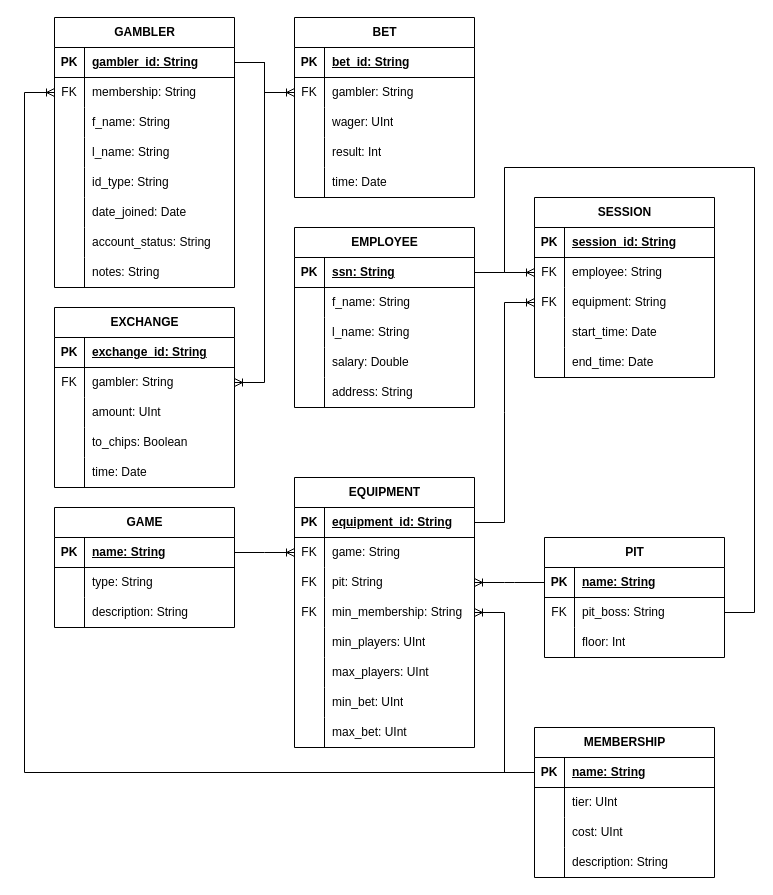
Earlier version of the draw.io diagram docs/CasinoDB.drawio (drussillo/CasinoDB). Source tidied: cells renumbered, new cells numbered last; positions are measured from the earlier drawing's top-left corner, leaving out a move shared by most shapes. Both pictures are drawn from the tidied source at 100%, with x=0, y=0 at pixel (24, 17).
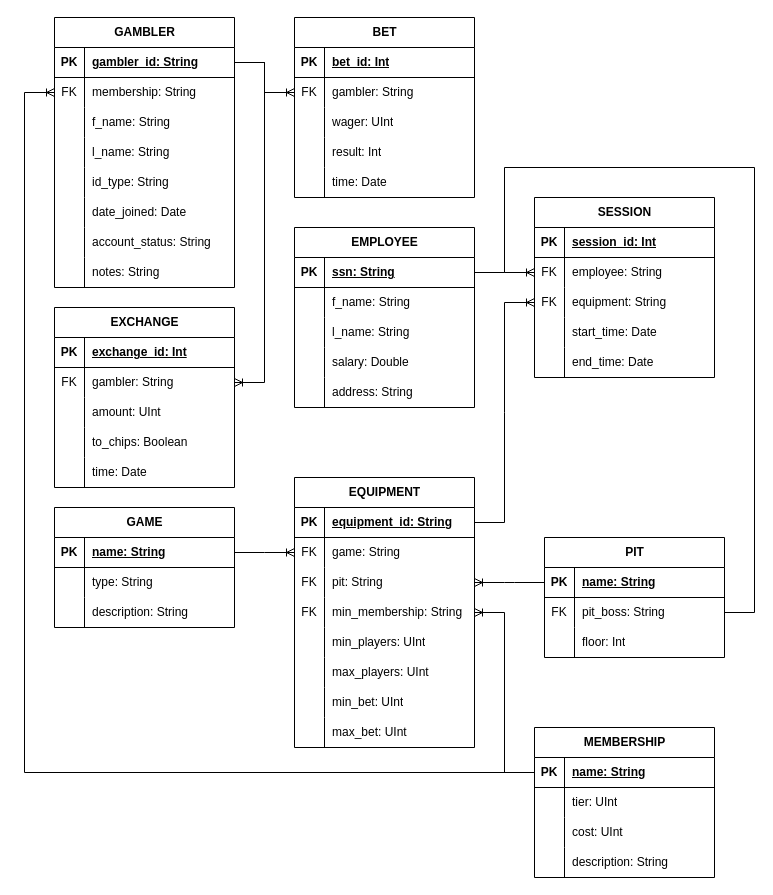
The same diagram, later.

Unchanged cells that the change refers to:
```xml
<mxCell id="91" style="shape=tableRow;horizontal=0;startSize=0;swimlaneHead=0;swimlaneBody=0;fillColor=none;top=0;left=0;right=0;bottom=1;" parent="90" vertex="1">
  <mxGeometry y="30" width="180" height="30" as="geometry" />
</mxCell>
<mxCell id="108" style="shape=tableRow;horizontal=0;startSize=0;swimlaneHead=0;swimlaneBody=0;fillColor=none;top=0;left=0;right=0;bottom=1;" parent="107" vertex="1">
  <mxGeometry y="30" width="180" height="30" as="geometry" />
</mxCell>
<mxCell id="126" style="shape=tableRow;horizontal=0;startSize=0;swimlaneHead=0;swimlaneBody=0;fillColor=none;top=0;left=0;right=0;bottom=1;" parent="125" vertex="1">
  <mxGeometry y="30" width="180" height="30" as="geometry" />
</mxCell>
```

The edit, as a diff of the source:
```diff
@@
-    <mxCell id="93" value="bet_id: String" style="shape=partialRectangle;fillColor=none;top=0;left=0;bottom=0;right=0;align=left;spacingLeft=6;fontStyle=5;overflow=hidden;whiteSpace=wrap;html=1;" parent="91" vertex="1">
+    <mxCell id="93" value="bet_id: Int" style="shape=partialRectangle;fillColor=none;top=0;left=0;bottom=0;right=0;align=left;spacingLeft=6;fontStyle=5;overflow=hidden;whiteSpace=wrap;html=1;" parent="91" vertex="1">
       <mxGeometry x="30" width="150" height="30" as="geometry" />
     </mxCell>
@@
-    <mxCell id="110" value="session_id: String" style="shape=partialRectangle;fillColor=none;top=0;left=0;bottom=0;right=0;align=left;spacingLeft=6;fontStyle=5;overflow=hidden;whiteSpace=wrap;html=1;" parent="108" vertex="1">
+    <mxCell id="110" value="session_id: Int" style="shape=partialRectangle;fillColor=none;top=0;left=0;bottom=0;right=0;align=left;spacingLeft=6;fontStyle=5;overflow=hidden;whiteSpace=wrap;html=1;" parent="108" vertex="1">
       <mxGeometry x="30" width="150" height="30" as="geometry" />
     </mxCell>
@@
-    <mxCell id="128" value="exchange_id: String" style="shape=partialRectangle;fillColor=none;top=0;left=0;bottom=0;right=0;align=left;spacingLeft=6;fontStyle=5;overflow=hidden;whiteSpace=wrap;html=1;" parent="126" vertex="1">
+    <mxCell id="128" value="exchange_id: Int" style="shape=partialRectangle;fillColor=none;top=0;left=0;bottom=0;right=0;align=left;spacingLeft=6;fontStyle=5;overflow=hidden;whiteSpace=wrap;html=1;" parent="126" vertex="1">
       <mxGeometry x="30" width="150" height="30" as="geometry" />
     </mxCell>
```
